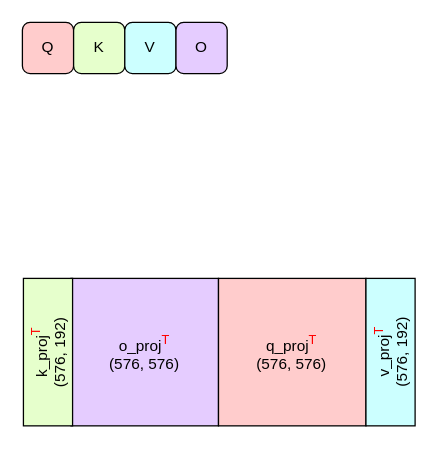
Earlier version of the draw.io diagram page "weights" (4 of 17) of books/toyllm/draw/ch06.drawio (zxh0/ann-book). Source tidied: cells renumbered, new cells numbered last; positions are measured from the earlier drawing's top-left corner, leaving out a move shared by most shapes. Both pictures are drawn from the tidied source at 128%, with x=0, y=0 at pixel (-27, 22).
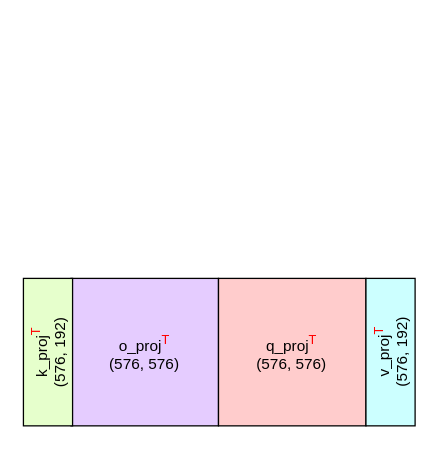
The same page after the edit.

Change to the diagram source:
```diff
@@
 <mxGraphModel>
   <root>
     <mxCell id="0" />
     <mxCell id="1" parent="0" />
     <mxCell id="2" value="o_proj&lt;sup&gt;&lt;font style=&quot;color: rgb(255, 0, 0);&quot;&gt;T&lt;/font&gt;&lt;/sup&gt;&lt;br&gt;(576, 576)" style="rounded=0;whiteSpace=wrap;html=1;fillColor=#E5CCFF;" parent="1" vertex="1">
       <mxGeometry x="76" y="200" width="115.2" height="115.2" as="geometry" />
     </mxCell>
     <mxCell id="3" value="q_proj&lt;sup&gt;&lt;font style=&quot;color: rgb(255, 0, 0);&quot;&gt;T&lt;/font&gt;&lt;/sup&gt;&lt;br&gt;&lt;span style=&quot;color: rgb(0, 0, 0);&quot;&gt;(576, 576)&lt;/span&gt;" style="rounded=0;whiteSpace=wrap;html=1;fillColor=#FFCCCC;" parent="1" vertex="1">
       <mxGeometry x="191.2" y="200" width="115.2" height="115.2" as="geometry" />
     </mxCell>
     <mxCell id="4" value="&lt;span style=&quot;color: rgb(0, 0, 0); white-space: nowrap;&quot;&gt;v_proj&lt;/span&gt;&lt;sup style=&quot;scrollbar-color: rgb(226, 226, 226) rgb(251, 251, 251); white-space: nowrap;&quot;&gt;&lt;font style=&quot;color: rgb(255, 0, 0);&quot;&gt;T&lt;/font&gt;&lt;/sup&gt;&lt;br style=&quot;color: rgb(63, 63, 63); scrollbar-color: rgb(226, 226, 226) rgb(251, 251, 251); white-space: nowrap;&quot;&gt;&lt;span style=&quot;color: rgb(0, 0, 0); white-space: nowrap;&quot;&gt;(&lt;span style=&quot;color: rgb(0, 0, 0);&quot;&gt;576,&amp;nbsp;&lt;/span&gt;192)&lt;/span&gt;" style="rounded=0;whiteSpace=wrap;html=1;fillColor=#CCFFFF;rotation=-90;" parent="1" vertex="1">
       <mxGeometry x="268" y="238.4" width="115.2" height="38.4" as="geometry" />
     </mxCell>
-    <mxCell id="5" value="Q" style="rounded=1;whiteSpace=wrap;html=1;fillColor=#FFCCCC;" parent="1" vertex="1">
-      <mxGeometry x="38" width="40" height="40" as="geometry" />
-    </mxCell>
-    <mxCell id="6" value="K" style="rounded=1;whiteSpace=wrap;html=1;fillColor=#E6FFCC;" parent="1" vertex="1">
-      <mxGeometry x="78" width="40" height="40" as="geometry" />
-    </mxCell>
-    <mxCell id="7" value="V" style="rounded=1;whiteSpace=wrap;html=1;fillColor=#CCFFFF;" parent="1" vertex="1">
-      <mxGeometry x="118" width="40" height="40" as="geometry" />
-    </mxCell>
-    <mxCell id="8" value="&lt;div&gt;O&lt;/div&gt;" style="rounded=1;whiteSpace=wrap;html=1;fillColor=#E5CCFF;" parent="1" vertex="1">
-      <mxGeometry x="158" width="40" height="40" as="geometry" />
-    </mxCell>
     <mxCell id="9" value="&lt;span style=&quot;color: rgb(0, 0, 0); white-space: nowrap;&quot;&gt;k_proj&lt;/span&gt;&lt;sup style=&quot;scrollbar-color: rgb(226, 226, 226) rgb(251, 251, 251); white-space: nowrap;&quot;&gt;&lt;font style=&quot;color: rgb(255, 0, 0);&quot;&gt;T&lt;/font&gt;&lt;/sup&gt;&lt;br style=&quot;color: rgb(63, 63, 63); scrollbar-color: rgb(226, 226, 226) rgb(251, 251, 251); white-space: nowrap;&quot;&gt;&lt;span style=&quot;color: rgb(0, 0, 0); white-space: nowrap;&quot;&gt;(&lt;span style=&quot;color: rgb(0, 0, 0);&quot;&gt;576,&amp;nbsp;&lt;/span&gt;192)&lt;/span&gt;" style="rounded=0;whiteSpace=wrap;html=1;fillColor=#E6FFCC;rotation=-90;" parent="1" vertex="1">
       <mxGeometry x="0.4" y="238.4" width="115.2" height="38.4" as="geometry" />
     </mxCell>
   </root>
 </mxGraphModel>
```
